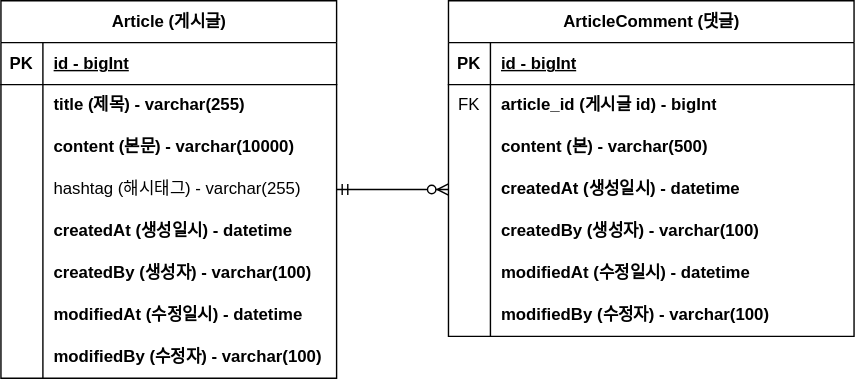
The draw.io diagram document/project-board-erd.svg in raagdol/springboot-noticeboard, before a commit. Source tidied: cells renumbered, new cells last; positions are measured from the earlier drawing's top-left corner, leaving out a move shared by most shapes.
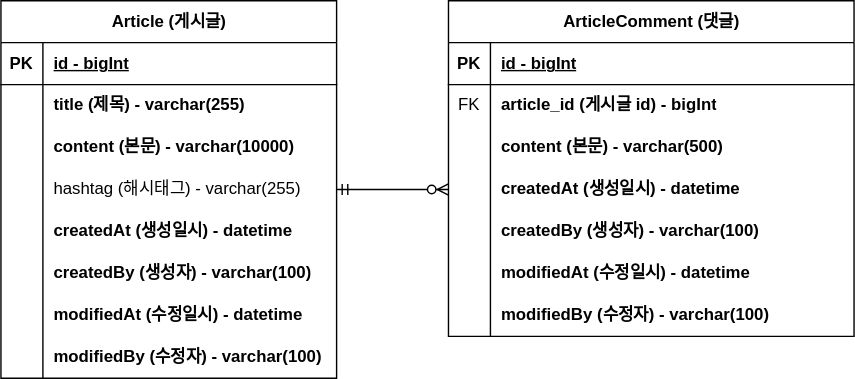
After the change.

What changed in the source:
```diff
@@ -104,7 +104,7 @@
     <mxCell id="35" style="shape=partialRectangle;fillColor=none;top=0;left=0;bottom=0;right=0;overflow=hidden;whiteSpace=wrap;html=1;" parent="34" vertex="1">
       <mxGeometry width="30" height="30" as="geometry" />
     </mxCell>
-    <mxCell id="36" value="content (본) - varchar(500)" style="shape=partialRectangle;fillColor=none;top=0;left=0;bottom=0;right=0;align=left;spacingLeft=6;overflow=hidden;whiteSpace=wrap;html=1;fontStyle=1;" parent="34" vertex="1">
+    <mxCell id="36" value="content (본문) - varchar(500)" style="shape=partialRectangle;fillColor=none;top=0;left=0;bottom=0;right=0;align=left;spacingLeft=6;overflow=hidden;whiteSpace=wrap;html=1;fontStyle=1;" parent="34" vertex="1">
       <mxGeometry x="30" width="260" height="30" as="geometry" />
     </mxCell>
     <mxCell id="37" style="shape=tableRow;horizontal=0;startSize=0;swimlaneHead=0;swimlaneBody=0;fillColor=none;points=[[0,0.5],[1,0.5]];portConstraint=eastwest;top=0;left=0;right=0;bottom=0;" parent="27" vertex="1">
```
